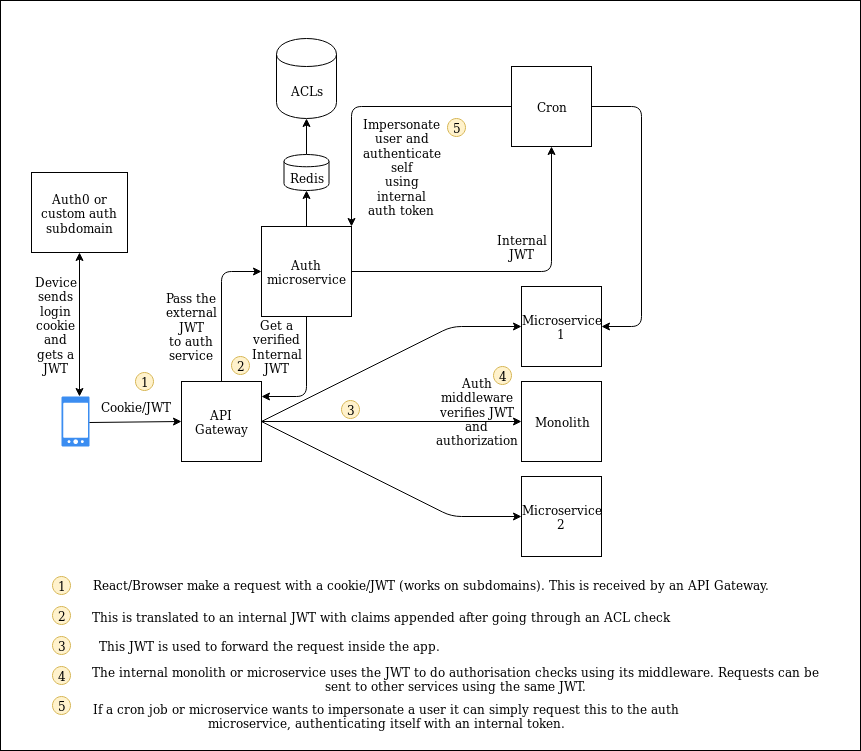
Before: propeller.png, a diagram exported from draw.io (varunnaik/infrastructure-challenge). Source tidied: cells renumbered, new cells last; positions are measured from the earlier drawing's top-left corner, leaving out a move shared by most shapes.
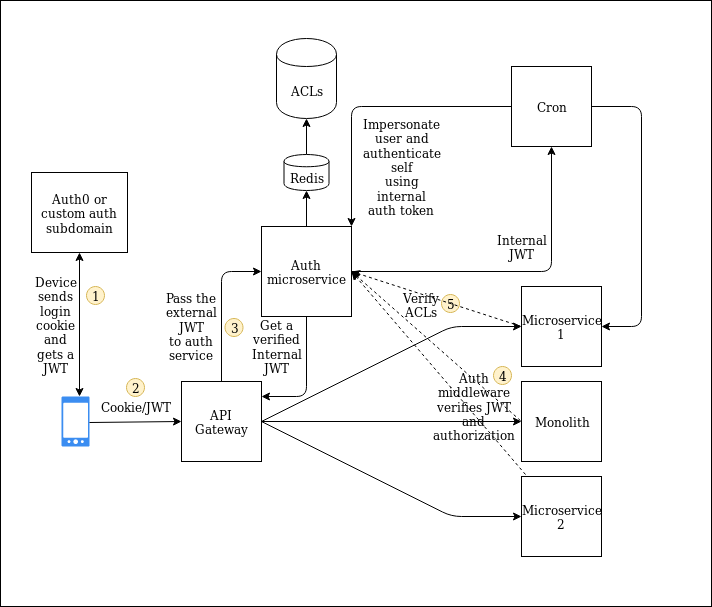
Later version of the same file.

Commit message:
Improve text of solution

What changed in the source:
```diff
@@ -3,7 +3,7 @@
     <mxCell id="0" />
     <mxCell id="1" parent="0" />
     <mxCell id="2" value="&amp;nbsp;" style="rounded=0;whiteSpace=wrap;html=1;fillColor=none;" parent="1" vertex="1">
-      <mxGeometry width="860" height="750" as="geometry" />
+      <mxGeometry width="711" height="606" as="geometry" />
     </mxCell>
     <mxCell id="3" style="html=1;strokeColor=none;shadow=0;align=center;verticalAlign=top;fillColor=#3B8DF1;shape=mxgraph.gcp2.phone_android;" parent="1" vertex="1">
       <mxGeometry x="61" y="396" width="28" height="50" as="geometry" />
@@ -107,50 +107,20 @@
       </mxGeometry>
     </mxCell>
     <mxCell id="26" value="1" style="ellipse;whiteSpace=wrap;html=1;fillColor=#fff2cc;strokeColor=#d6b656;" parent="1" vertex="1">
-      <mxGeometry x="135" y="372" width="18" height="18" as="geometry" />
+      <mxGeometry x="86" y="286" width="18" height="18" as="geometry" />
     </mxCell>
     <mxCell id="27" value="2" style="ellipse;whiteSpace=wrap;html=1;fillColor=#fff2cc;strokeColor=#d6b656;" parent="1" vertex="1">
-      <mxGeometry x="231" y="356" width="18" height="18" as="geometry" />
+      <mxGeometry x="126" y="378" width="18" height="18" as="geometry" />
     </mxCell>
     <mxCell id="28" value="3" style="ellipse;whiteSpace=wrap;html=1;fillColor=#fff2cc;strokeColor=#d6b656;" parent="1" vertex="1">
-      <mxGeometry x="341" y="400" width="18" height="18" as="geometry" />
+      <mxGeometry x="224.5" y="318" width="18" height="18" as="geometry" />
     </mxCell>
     <mxCell id="29" value="4" style="ellipse;whiteSpace=wrap;html=1;fillColor=#fff2cc;strokeColor=#d6b656;" parent="1" vertex="1">
       <mxGeometry x="493" y="366" width="18" height="18" as="geometry" />
     </mxCell>
     <mxCell id="30" value="5" style="ellipse;whiteSpace=wrap;html=1;fillColor=#fff2cc;strokeColor=#d6b656;" parent="1" vertex="1">
-      <mxGeometry x="447" y="118" width="18" height="18" as="geometry" />
+      <mxGeometry x="441" y="294" width="18" height="18" as="geometry" />
     </mxCell>
-    <mxCell id="31" value="1" style="ellipse;whiteSpace=wrap;html=1;fillColor=#fff2cc;strokeColor=#d6b656;" parent="1" vertex="1">
-      <mxGeometry x="52" y="576" width="18" height="18" as="geometry" />
-    </mxCell>
-    <mxCell id="32" value="2" style="ellipse;whiteSpace=wrap;html=1;fillColor=#fff2cc;strokeColor=#d6b656;" parent="1" vertex="1">
-      <mxGeometry x="52" y="606" width="18" height="18" as="geometry" />
-    </mxCell>
-    <mxCell id="33" value="3" style="ellipse;whiteSpace=wrap;html=1;fillColor=#fff2cc;strokeColor=#d6b656;" parent="1" vertex="1">
-      <mxGeometry x="52" y="636" width="18" height="18" as="geometry" />
-    </mxCell>
-    <mxCell id="34" value="4" style="ellipse;whiteSpace=wrap;html=1;fillColor=#fff2cc;strokeColor=#d6b656;" parent="1" vertex="1">
-      <mxGeometry x="52" y="666" width="18" height="18" as="geometry" />
-    </mxCell>
-    <mxCell id="35" value="5" style="ellipse;whiteSpace=wrap;html=1;fillColor=#fff2cc;strokeColor=#d6b656;" parent="1" vertex="1">
-      <mxGeometry x="52" y="696" width="18" height="18" as="geometry" />
-    </mxCell>
-    <mxCell id="36" value="React/Browser make a request with a cookie/JWT (works on subdomains). This is received by an API Gateway." style="text;html=1;strokeColor=none;fillColor=none;align=center;verticalAlign=middle;whiteSpace=wrap;rounded=0;" parent="1" vertex="1">
-      <mxGeometry x="89" y="574" width="682" height="20" as="geometry" />
-    </mxCell>
-    <mxCell id="37" value="This is translated to an internal JWT with claims appended after going through an ACL check" style="text;html=1;strokeColor=none;fillColor=none;align=center;verticalAlign=middle;whiteSpace=wrap;rounded=0;" parent="1" vertex="1">
-      <mxGeometry x="89" y="606" width="582" height="20" as="geometry" />
-    </mxCell>
-    <mxCell id="38" value="This JWT is used to forward the request inside the app." style="text;html=1;strokeColor=none;fillColor=none;align=center;verticalAlign=middle;whiteSpace=wrap;rounded=0;" parent="1" vertex="1">
-      <mxGeometry x="95" y="635" width="346" height="20" as="geometry" />
-    </mxCell>
-    <mxCell id="39" value="The internal monolith or microservice uses the JWT to do authorisation checks using its middleware. Requests can be sent to other services using the same JWT." style="text;html=1;strokeColor=none;fillColor=none;align=center;verticalAlign=middle;whiteSpace=wrap;rounded=0;" parent="1" vertex="1">
-      <mxGeometry x="89" y="670" width="732" height="16" as="geometry" />
-    </mxCell>
-    <mxCell id="40" value="If a cron job or microservice wants to impersonate a user it can simply request this to the auth microservice, authenticating itself with an internal token." style="text;html=1;strokeColor=none;fillColor=none;align=center;verticalAlign=middle;whiteSpace=wrap;rounded=0;" parent="1" vertex="1">
-      <mxGeometry x="91" y="705" width="590" height="20" as="geometry" />
-    </mxCell>
     <mxCell id="41" value="Redis" style="shape=cylinder;whiteSpace=wrap;html=1;boundedLbl=1;backgroundOutline=1;" parent="1" vertex="1">
       <mxGeometry x="283.5" y="154" width="45" height="36" as="geometry" />
     </mxCell>
@@ -169,7 +139,19 @@
       </mxGeometry>
     </mxCell>
     <mxCell id="46" value="Auth middleware verifies JWT and authorization" style="text;html=1;strokeColor=none;fillColor=none;align=center;verticalAlign=middle;whiteSpace=wrap;rounded=0;" parent="1" vertex="1">
-      <mxGeometry x="456" y="401" width="40" height="20" as="geometry" />
+      <mxGeometry x="453" y="396" width="40" height="20" as="geometry" />
     </mxCell>
+    <mxCell id="47" style="endArrow=none;dashed=1;html=1;exitX=1;exitY=0.5;exitDx=0;exitDy=0;entryX=0;entryY=0.5;entryDx=0;entryDy=0;endFill=0;startArrow=classic;startFill=1;" parent="1" edge="1" source="7" target="12">
+      <mxGeometry relative="1" as="geometry" />
+    </mxCell>
+    <mxCell id="48" style="endArrow=none;dashed=1;html=1;entryX=0;entryY=0.5;entryDx=0;entryDy=0;exitX=1;exitY=0.5;exitDx=0;exitDy=0;startArrow=classic;startFill=1;" parent="1" edge="1" source="7" target="11">
+      <mxGeometry relative="1" as="geometry" />
+    </mxCell>
+    <mxCell id="49" style="endArrow=none;dashed=1;html=1;exitX=1;exitY=0.5;exitDx=0;exitDy=0;startArrow=classic;startFill=1;" parent="1" edge="1" source="7" target="13">
+      <mxGeometry relative="1" as="geometry" />
+    </mxCell>
+    <mxCell id="50" value="Verify ACLs" style="text;html=1;strokeColor=none;fillColor=none;align=center;verticalAlign=middle;whiteSpace=wrap;rounded=0;" parent="1" vertex="1">
+      <mxGeometry x="401" y="294" width="40" height="20" as="geometry" />
+    </mxCell>
   </root>
 </mxGraphModel>
```
